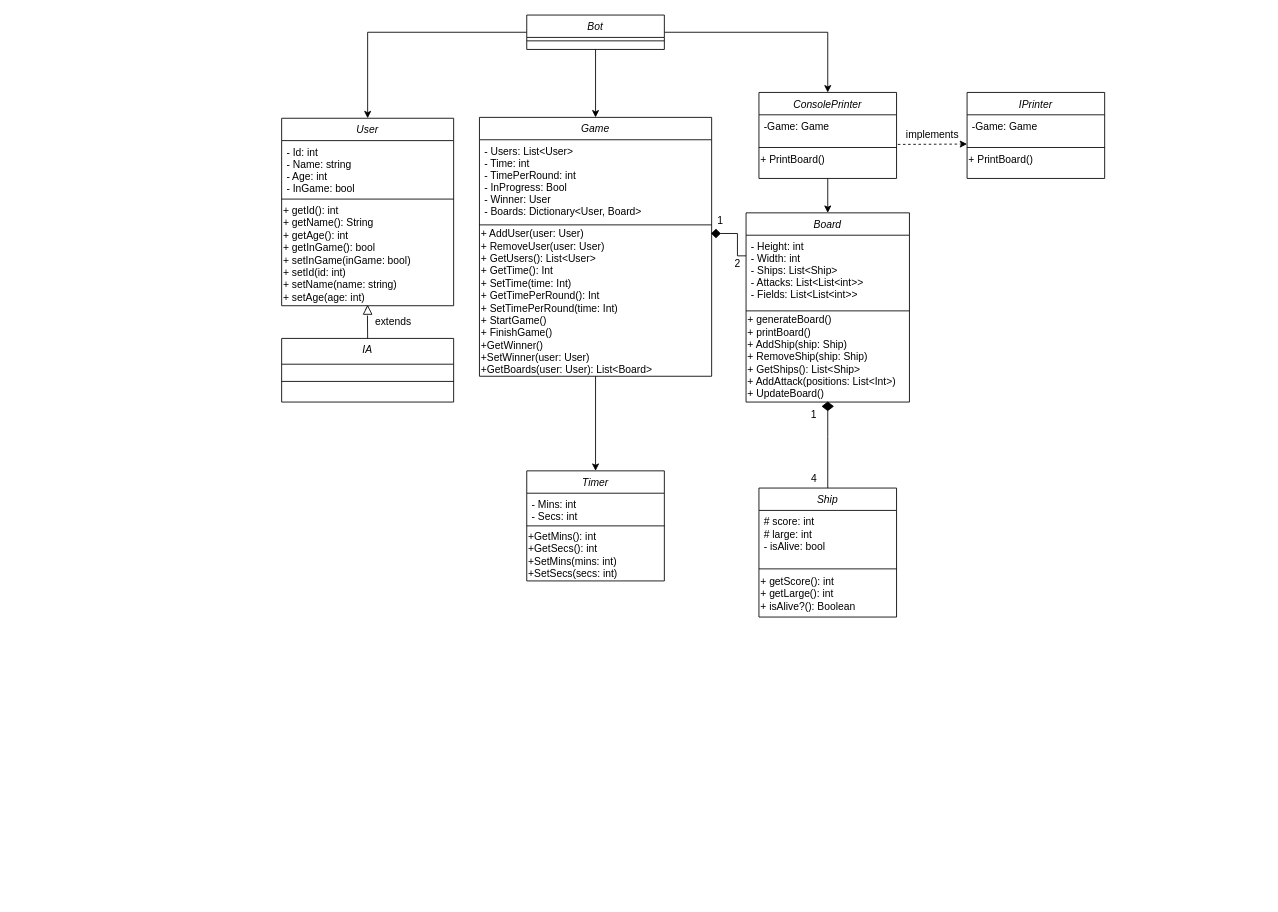
Joelit0/Chatbot_Proyect keeps this draw.io diagram as docs/UML.drawio. Above is the earlier version. Source tidied: cells renumbered, new cells numbered last; positions are measured from the earlier drawing's top-left corner, leaving out a move shared by most shapes. Both pictures are drawn from the tidied source at 86%, with x=0, y=0 at pixel (281, 15).
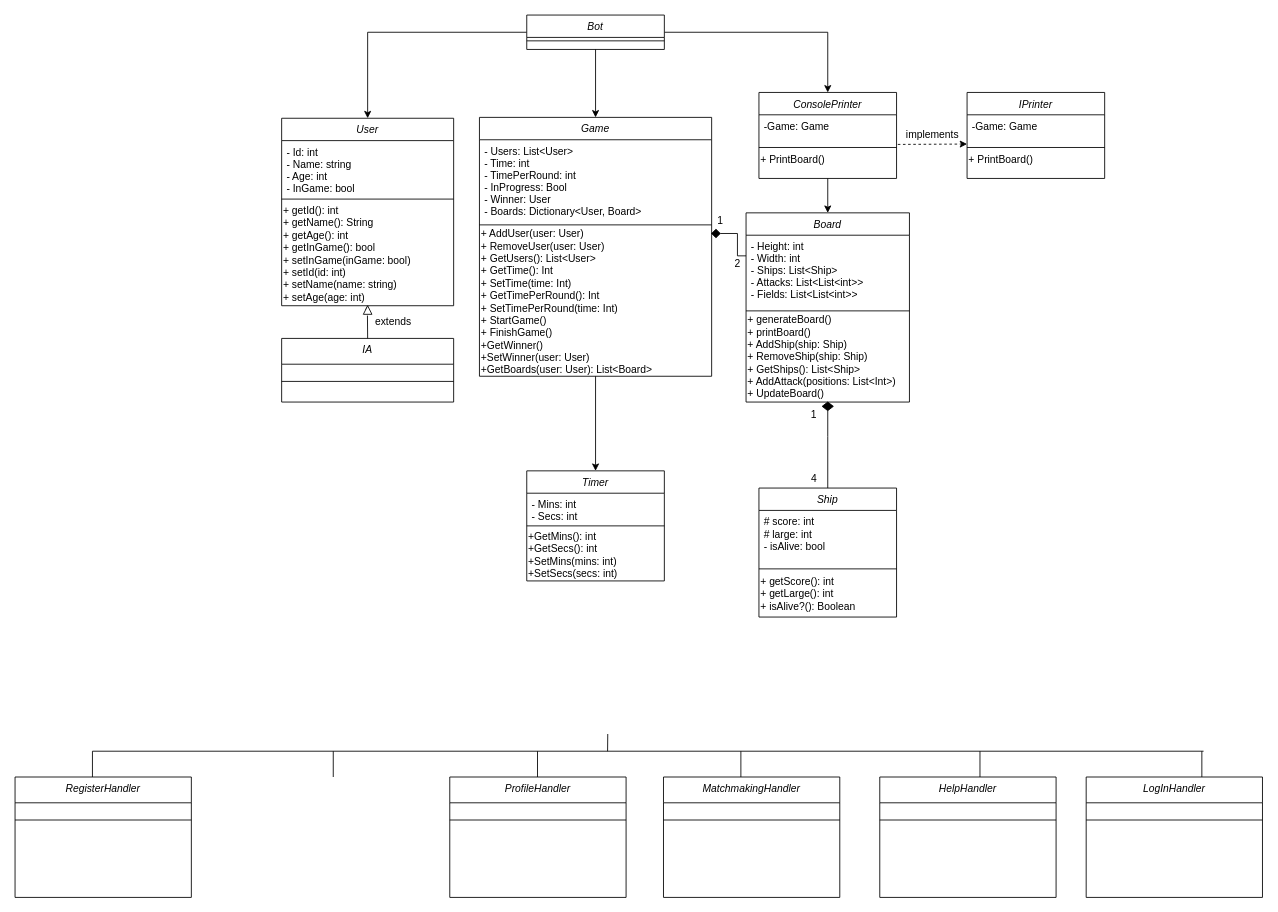
Above is the later version.

The edit, as a diff of the source:
```diff
@@
+    <mxCell id="54" value="HelpHandler&#10;" style="swimlane;fontStyle=2;align=center;verticalAlign=top;horizontal=1;startSize=30;rounded=0;shadow=0;strokeWidth=1;" parent="1" vertex="1">
+      <mxGeometry x="695.5" y="886" width="205" height="140" as="geometry" />
+    </mxCell>
+    <mxCell id="55" style="line;html=1;strokeWidth=1;align=left;verticalAlign=middle;spacingTop=-1;spacingLeft=3;spacingRight=3;labelPosition=right;" parent="54" vertex="1">
+      <mxGeometry y="30" width="205" height="40" as="geometry" />
+    </mxCell>
+    <mxCell id="56" value="MatchmakingHandler" style="swimlane;fontStyle=2;align=center;verticalAlign=top;horizontal=1;startSize=30;rounded=0;shadow=0;strokeWidth=1;" parent="1" vertex="1">
+      <mxGeometry x="444" y="886" width="205" height="140" as="geometry" />
+    </mxCell>
+    <mxCell id="57" style="line;html=1;strokeWidth=1;align=left;verticalAlign=middle;spacingTop=-1;spacingLeft=3;spacingRight=3;labelPosition=right;" parent="56" vertex="1">
+      <mxGeometry y="30" width="205" height="40" as="geometry" />
+    </mxCell>
+    <mxCell id="58" value="ProfileHandler" style="swimlane;fontStyle=2;align=center;verticalAlign=top;horizontal=1;startSize=30;rounded=0;shadow=0;strokeWidth=1;" parent="1" vertex="1">
+      <mxGeometry x="195.5" y="886" width="205" height="140" as="geometry" />
+    </mxCell>
+    <mxCell id="59" style="line;html=1;strokeWidth=1;align=left;verticalAlign=middle;spacingTop=-1;spacingLeft=3;spacingRight=3;labelPosition=right;" parent="58" vertex="1">
+      <mxGeometry y="30" width="205" height="40" as="geometry" />
+    </mxCell>
+    <mxCell id="60" value="RegisterHandler" style="swimlane;fontStyle=2;align=center;verticalAlign=top;horizontal=1;startSize=30;rounded=0;shadow=0;strokeWidth=1;" parent="1" vertex="1">
+      <mxGeometry x="-310" y="886" width="205" height="140" as="geometry" />
+    </mxCell>
+    <mxCell id="61" style="line;html=1;strokeWidth=1;align=left;verticalAlign=middle;spacingTop=-1;spacingLeft=3;spacingRight=3;labelPosition=right;" parent="60" vertex="1">
+      <mxGeometry y="30" width="205" height="40" as="geometry" />
+    </mxCell>
+    <mxCell id="62" value="LogInHandler" style="swimlane;fontStyle=2;align=center;verticalAlign=top;horizontal=1;startSize=30;rounded=0;shadow=0;strokeWidth=1;" parent="1" vertex="1">
+      <mxGeometry x="935.5" y="886" width="205" height="140" as="geometry" />
+    </mxCell>
+    <mxCell id="63" style="line;html=1;strokeWidth=1;align=left;verticalAlign=middle;spacingTop=-1;spacingLeft=3;spacingRight=3;labelPosition=right;" parent="62" vertex="1">
+      <mxGeometry y="30" width="205" height="40" as="geometry" />
+    </mxCell>
+    <mxCell id="64" style="endArrow=none;html=1;rounded=0;" parent="1" edge="1">
+      <mxGeometry relative="1" as="geometry">
+        <mxPoint x="-220" y="856" as="sourcePoint" />
+        <mxPoint x="1072" y="856" as="targetPoint" />
+      </mxGeometry>
+    </mxCell>
+    <mxCell id="65" style="endArrow=none;html=1;rounded=0;" parent="1" edge="1">
+      <mxGeometry relative="1" as="geometry">
+        <mxPoint x="-220" y="886" as="sourcePoint" />
+        <mxPoint x="-220" y="856" as="targetPoint" />
+      </mxGeometry>
+    </mxCell>
+    <mxCell id="66" style="endArrow=none;html=1;rounded=0;" parent="1" edge="1">
+      <mxGeometry relative="1" as="geometry">
+        <mxPoint x="534" y="886" as="sourcePoint" />
+        <mxPoint x="534" y="856" as="targetPoint" />
+      </mxGeometry>
+    </mxCell>
+    <mxCell id="67" style="endArrow=none;html=1;rounded=0;" parent="1" edge="1">
+      <mxGeometry relative="1" as="geometry">
+        <mxPoint x="297.5" y="886" as="sourcePoint" />
+        <mxPoint x="297.5" y="856" as="targetPoint" />
+      </mxGeometry>
+    </mxCell>
+    <mxCell id="68" style="endArrow=none;html=1;rounded=0;" parent="1" edge="1">
+      <mxGeometry relative="1" as="geometry">
+        <mxPoint x="60" y="886" as="sourcePoint" />
+        <mxPoint x="60" y="856" as="targetPoint" />
+      </mxGeometry>
+    </mxCell>
+    <mxCell id="69" style="endArrow=none;html=1;rounded=0;" parent="1" edge="1">
+      <mxGeometry relative="1" as="geometry">
+        <mxPoint x="1070" y="886" as="sourcePoint" />
+        <mxPoint x="1070" y="856" as="targetPoint" />
+      </mxGeometry>
+    </mxCell>
+    <mxCell id="70" style="endArrow=none;html=1;rounded=0;" parent="1" edge="1">
+      <mxGeometry relative="1" as="geometry">
+        <mxPoint x="812" y="886" as="sourcePoint" />
+        <mxPoint x="812" y="856" as="targetPoint" />
+      </mxGeometry>
+    </mxCell>
+    <mxCell id="71" style="endArrow=none;html=1;rounded=0;" parent="1" edge="1">
+      <mxGeometry relative="1" as="geometry">
+        <mxPoint x="379" y="856" as="sourcePoint" />
+        <mxPoint x="379.2" y="836" as="targetPoint" />
+      </mxGeometry>
+    </mxCell>
```
